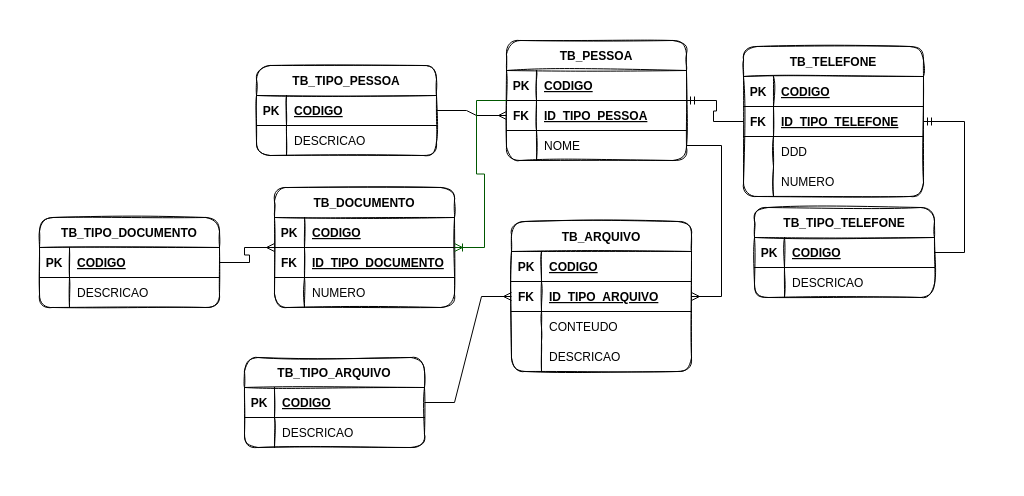
The draw.io diagram src/main/resources/sistemafinanceiroapi_mer.drawio in quintinodigital/sistemafinanceiroapi, before the edit. Source tidied: cells renumbered, new cells numbered last; positions are measured from the earlier drawing's top-left corner, leaving out a move shared by most shapes. Both pictures are drawn from the tidied source at 100%, with x=0, y=0 at pixel (39, 40).
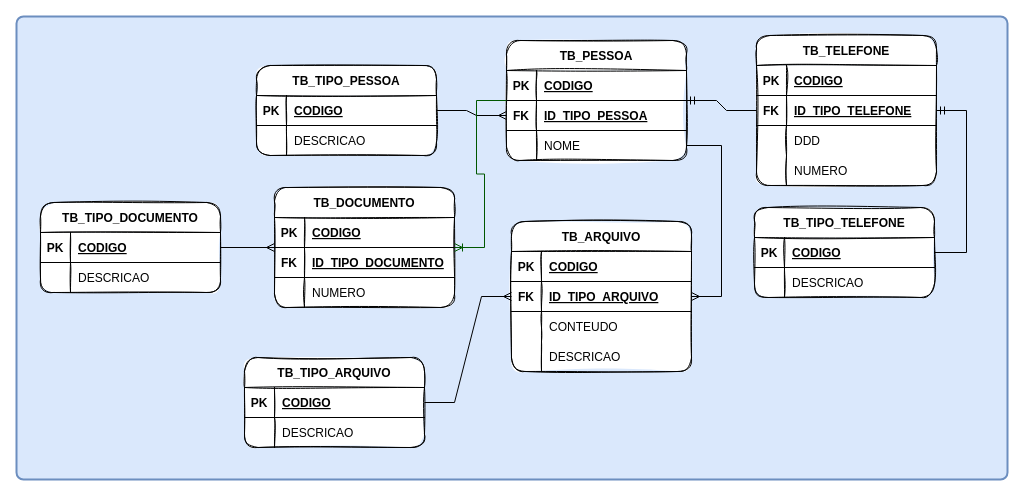
The same page after the edit.

Diff of the diagram source:
```diff
@@
+    <mxCell id="83" style="rounded=1;whiteSpace=wrap;html=1;absoluteArcSize=1;arcSize=14;strokeWidth=2;fillColor=#dae8fc;strokeColor=#6c8ebf;" parent="1" vertex="1">
+      <mxGeometry x="-23" y="-24" width="991" height="463" as="geometry" />
+    </mxCell>
-    <mxCell id="2" value="TB_PESSOA" style="shape=table;startSize=30;childLayout=tableLayout;rowLines=0;fontStyle=1;align=center;gradientColor=none;swimlaneFillColor=none;rounded=1;shadow=0;sketch=1;" parent="1" vertex="1">
+    <mxCell id="2" value="TB_PESSOA" style="shape=table;startSize=30;childLayout=tableLayout;rowLines=0;fontStyle=1;align=center;gradientColor=none;swimlaneFillColor=default;rounded=1;shadow=0;sketch=1;" parent="1" vertex="1">
       <mxGeometry x="467" width="180" height="120" as="geometry" />
     </mxCell>
@@
-    <mxCell id="12" value="TB_TIPO_PESSOA" style="shape=table;startSize=30;childLayout=tableLayout;rowLines=0;fontStyle=1;align=center;gradientColor=none;swimlaneFillColor=none;rounded=1;shadow=0;sketch=1;" parent="1" vertex="1">
+    <mxCell id="12" value="TB_TIPO_PESSOA" style="shape=table;startSize=30;childLayout=tableLayout;rowLines=0;fontStyle=1;align=center;gradientColor=none;swimlaneFillColor=default;rounded=1;shadow=0;sketch=1;" parent="1" vertex="1">
       <mxGeometry x="217" y="25" width="180" height="90" as="geometry" />
     </mxCell>
@@
-    <mxCell id="20" value="TB_TELEFONE" style="shape=table;startSize=30;childLayout=tableLayout;rowLines=0;fontStyle=1;align=center;gradientColor=none;swimlaneFillColor=none;rounded=1;shadow=0;sketch=1;" parent="1" vertex="1">
-      <mxGeometry x="704" y="6" width="180" height="150" as="geometry" />
+    <mxCell id="20" value="TB_TELEFONE" style="shape=table;startSize=30;childLayout=tableLayout;rowLines=0;fontStyle=1;align=center;gradientColor=none;swimlaneFillColor=default;rounded=1;shadow=0;sketch=1;" parent="1" vertex="1">
+      <mxGeometry x="717" y="-5" width="180" height="150" as="geometry" />
     </mxCell>
@@
-    <mxCell id="33" value="TB_TIPO_TELEFONE" style="shape=table;startSize=30;childLayout=tableLayout;rowLines=0;fontStyle=1;align=center;gradientColor=none;swimlaneFillColor=none;rounded=1;shadow=0;sketch=1;" parent="1" vertex="1">
+    <mxCell id="33" value="TB_TIPO_TELEFONE" style="shape=table;startSize=30;childLayout=tableLayout;rowLines=0;fontStyle=1;align=center;gradientColor=none;swimlaneFillColor=default;rounded=1;shadow=0;sketch=1;" parent="1" vertex="1">
       <mxGeometry x="715" y="167" width="180" height="90" as="geometry" />
     </mxCell>
@@
-    <mxCell id="42" value="TB_DOCUMENTO" style="shape=table;startSize=30;childLayout=tableLayout;rowLines=0;fontStyle=1;align=center;gradientColor=none;swimlaneFillColor=none;rounded=1;shadow=0;sketch=1;" parent="1" vertex="1">
+    <mxCell id="42" value="TB_DOCUMENTO" style="shape=table;startSize=30;childLayout=tableLayout;rowLines=0;fontStyle=1;align=center;gradientColor=none;swimlaneFillColor=default;rounded=1;shadow=0;sketch=1;" parent="1" vertex="1">
       <mxGeometry x="235" y="147" width="180" height="120" as="geometry" />
     </mxCell>
@@
-    <mxCell id="53" value="TB_TIPO_DOCUMENTO" style="shape=table;startSize=30;childLayout=tableLayout;rowLines=0;fontStyle=1;align=center;gradientColor=none;swimlaneFillColor=none;rounded=1;shadow=0;sketch=1;" parent="1" vertex="1">
-      <mxGeometry y="177" width="180" height="90" as="geometry" />
+    <mxCell id="53" value="TB_TIPO_DOCUMENTO" style="shape=table;startSize=30;childLayout=tableLayout;rowLines=0;fontStyle=1;align=center;gradientColor=none;swimlaneFillColor=default;rounded=1;shadow=0;sketch=1;" parent="1" vertex="1">
+      <mxGeometry x="1" y="162" width="180" height="90" as="geometry" />
     </mxCell>
@@
-    <mxCell id="61" value="TB_ARQUIVO" style="shape=table;startSize=30;childLayout=tableLayout;rowLines=0;fontStyle=1;align=center;gradientColor=none;swimlaneFillColor=none;rounded=1;shadow=0;sketch=1;" parent="1" vertex="1">
+    <mxCell id="61" value="TB_ARQUIVO" style="shape=table;startSize=30;childLayout=tableLayout;rowLines=0;fontStyle=1;align=center;gradientColor=none;swimlaneFillColor=default;rounded=1;shadow=0;sketch=1;" parent="1" vertex="1">
       <mxGeometry x="472" y="181" width="180" height="150" as="geometry" />
     </mxCell>
@@
-    <mxCell id="74" value="TB_TIPO_ARQUIVO" style="shape=table;startSize=30;childLayout=tableLayout;rowLines=0;fontStyle=1;align=center;gradientColor=none;swimlaneFillColor=none;rounded=1;shadow=0;sketch=1;" parent="1" vertex="1">
+    <mxCell id="74" value="TB_TIPO_ARQUIVO" style="shape=table;startSize=30;childLayout=tableLayout;rowLines=0;fontStyle=1;align=center;gradientColor=none;swimlaneFillColor=default;rounded=1;shadow=0;sketch=1;" parent="1" vertex="1">
       <mxGeometry x="205" y="317" width="180" height="90" as="geometry" />
     </mxCell>
```
